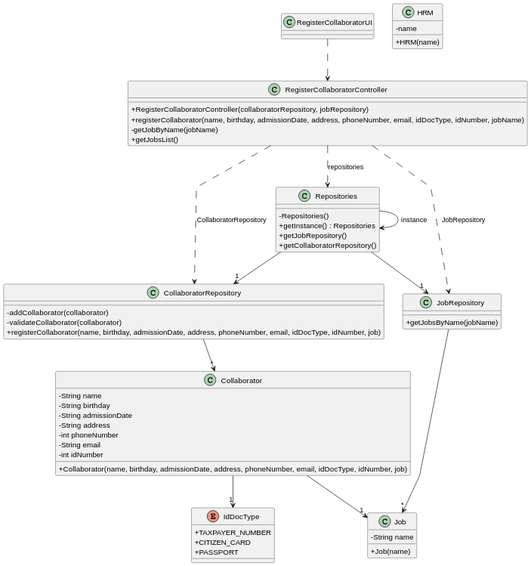
Earlier version of the PlantUML export docs/sprintA&B/us003/03.design/svg/us003-class-diagram.svg (daniel41silva05/ISEP_2023_2024_LAPR2).
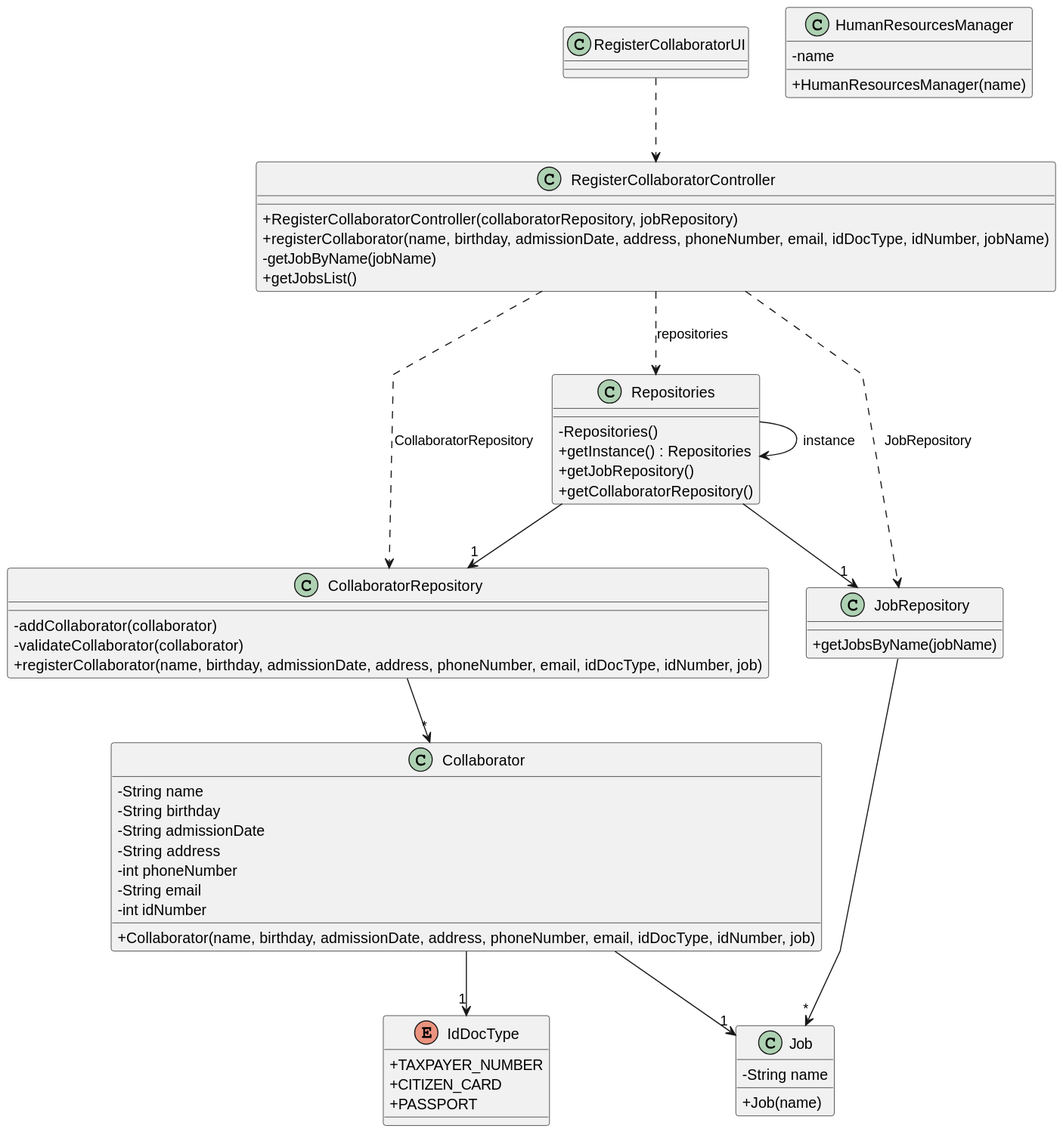
The same diagram one commit later.

Commit message:
corrections in coherence between domain model and class diagram

The edit, as a diff of the source:
```diff
@@ -42,9 +42,9 @@
     +Job(name)
 }
 
-class HRM {
+class HumanResourcesManager {
     - name
-    +HRM(name)
+    +HumanResourcesManager(name)
 }
 
 class Repositories {
```
